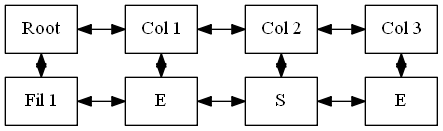
This is imagenes/matriz.png from RoberttHernan/EDD_1S2020_PY1_201700870, a Graphviz export, as it was before one commit. Its source is kept beside it as dot_s/matriz.dot.
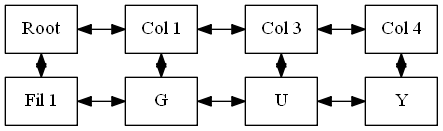
After the commit.

What changed in the source:
```diff
@@ -3,24 +3,24 @@
  rankdir=LR;
  noder[label ="Root"];
 nodeCol_1[label="Col 1"];
-nodeCol_2[label="Col 2"];
 nodeCol_3[label="Col 3"];
+nodeCol_4[label="Col 4"];
 nodeFil_1[label="Fil 1"];
-node1_1[label ="E"];
-node2_1[label ="S"];
-node3_1[label ="E"];
+node1_1[label ="G"];
+node3_1[label ="U"];
+node4_1[label ="Y"];
 
-noder->nodeCol_1->nodeCol_2->nodeCol_3[dir =both];
-nodeFil_1->node1_1->node2_1->node3_1[dir =both];
+noder->nodeCol_1->nodeCol_3->nodeCol_4[dir =both];
+nodeFil_1->node1_1->node3_1->node4_1[dir =both];
 
 noder->nodeFil_1[dir =both];
 nodeCol_1->node1_1[dir =both];
-nodeCol_2->node2_1[dir =both];
 nodeCol_3->node3_1[dir =both];
+nodeCol_4->node4_1[dir =both];
 
 {rank=same noder,nodeFil_1}
 {rank = same nodeCol_1,node1_1}
-{rank = same nodeCol_2,node2_1}
 {rank = same nodeCol_3,node3_1}
+{rank = same nodeCol_4,node4_1}
 
  }
```
